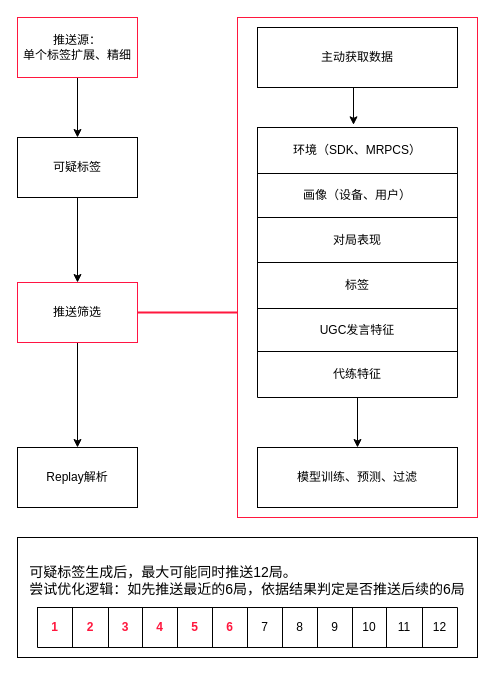
yjbug/DataMining keeps this draw.io diagram as Replay推送优化.drawio. Above is the earlier version. Source tidied: cells renumbered, new cells numbered last; positions are measured from the earlier drawing's top-left corner, leaving out a move shared by most shapes. Both pictures are drawn from the tidied source at 100%, with x=0, y=0 at pixel (17, 17).
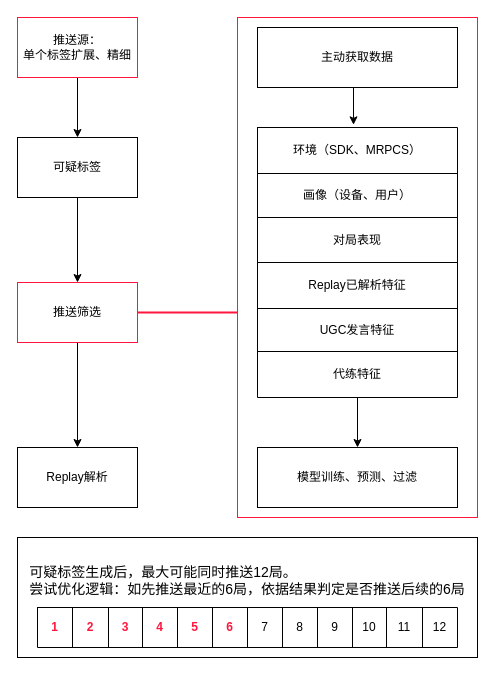
The same diagram, later.

Commit message (it also covers changes not shown here):
更新Replay推送优化.drawio

The change refers to these unchanged cells:
```xml
<mxCell id="16" style="shape=tableRow;horizontal=0;startSize=0;swimlaneHead=0;swimlaneBody=0;top=0;left=0;bottom=0;right=0;fillColor=none;" parent="9" vertex="1">
  <mxGeometry y="135" width="200" height="46" as="geometry" />
</mxCell>
```

Diff of the diagram source:
```diff
@@
-    <mxCell id="17" value="标签" style="shape=partialRectangle;html=1;whiteSpace=wrap;fillColor=none;top=0;left=0;bottom=0;right=0;overflow=hidden;" parent="16" vertex="1">
+    <mxCell id="17" value="Replay已解析特征" style="shape=partialRectangle;html=1;whiteSpace=wrap;fillColor=none;top=0;left=0;bottom=0;right=0;overflow=hidden;" parent="16" vertex="1">
       <mxGeometry width="200" height="46" as="geometry" />
     </mxCell>
```
